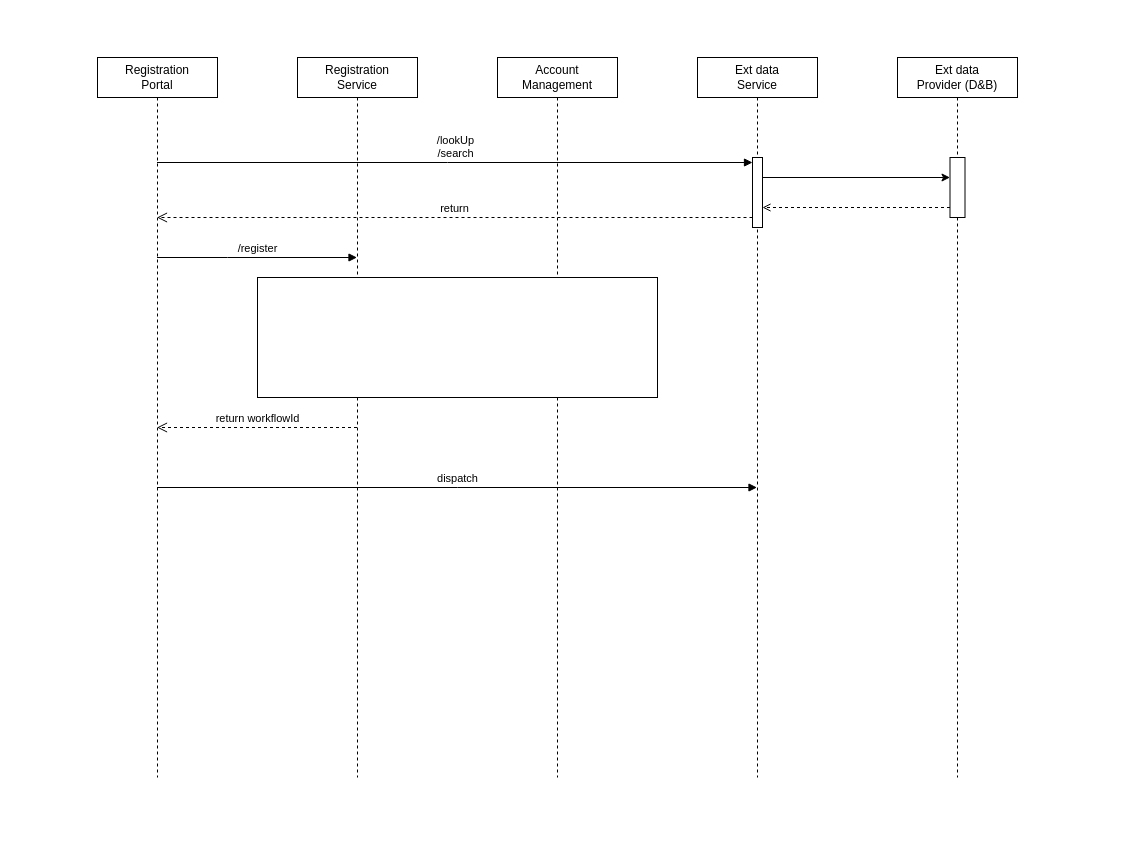
huangshijie/Drawio keeps this draw.io diagram as page "Page-1" (1 of 3) of tps-externaldata-service.drawio. Above is the earlier version. Source tidied: cells renumbered, new cells numbered last; positions are measured from the earlier drawing's top-left corner, leaving out a move shared by most shapes. Both pictures are drawn from the tidied source at 100%, with x=0, y=0 at pixel (97, 57).
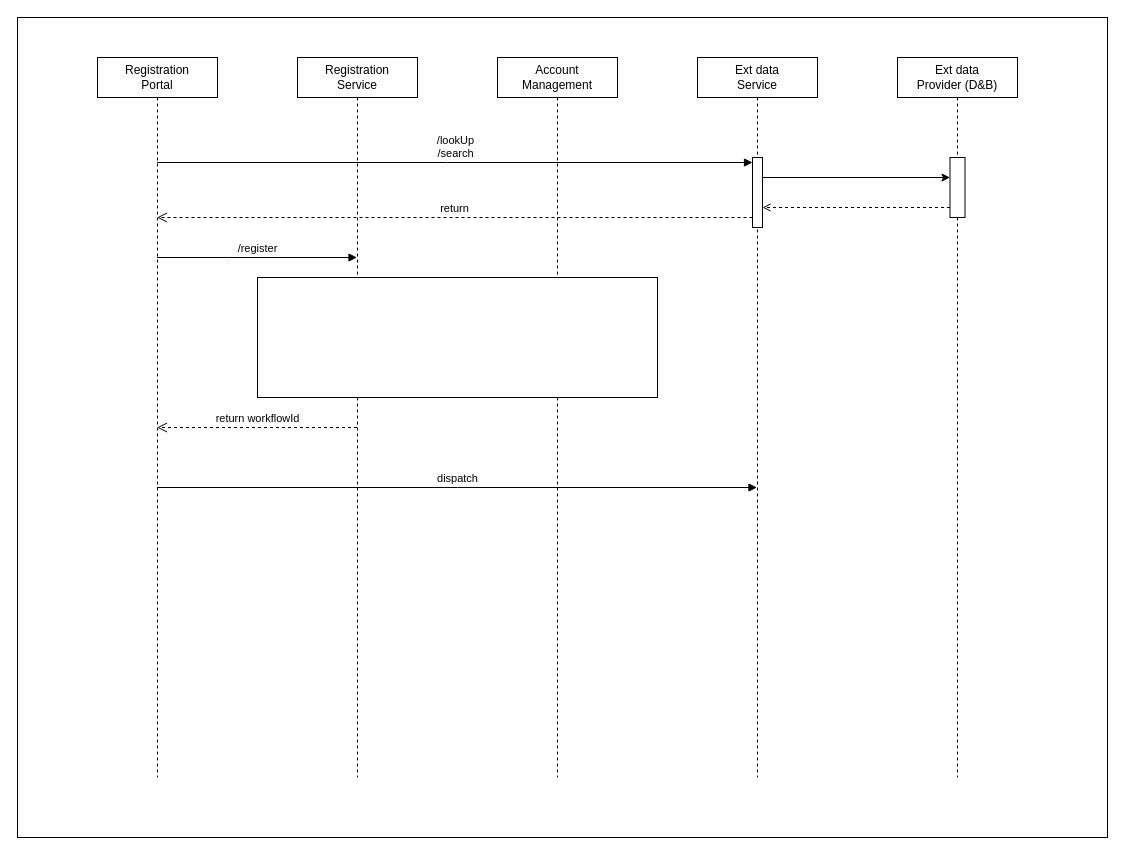
Above is the later version.

The edit, as a diff of the source:
```diff
@@
+    <mxCell id="17" style="rounded=0;whiteSpace=wrap;html=1;" parent="1" vertex="1">
+      <mxGeometry x="-80" y="-40" width="1090" height="820" as="geometry" />
+    </mxCell>
```
